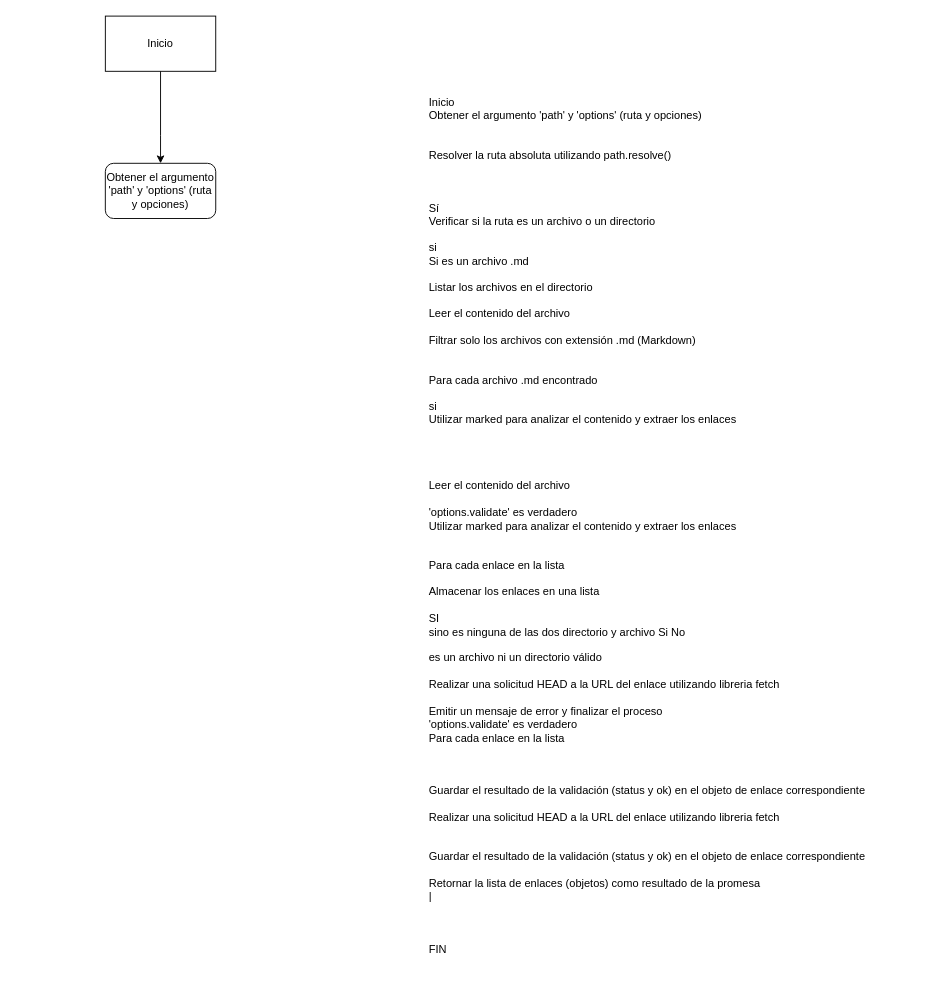
mariadanielaorregopotosi/DEV008-md-links keeps this draw.io diagram as Diagrama sin título.drawio. Above is the earlier version. Source tidied: cells renumbered, new cells numbered last; positions are measured from the earlier drawing's top-left corner, leaving out a move shared by most shapes. Both pictures are drawn from the tidied source at 92%, with x=0, y=0 at pixel (105, 16).
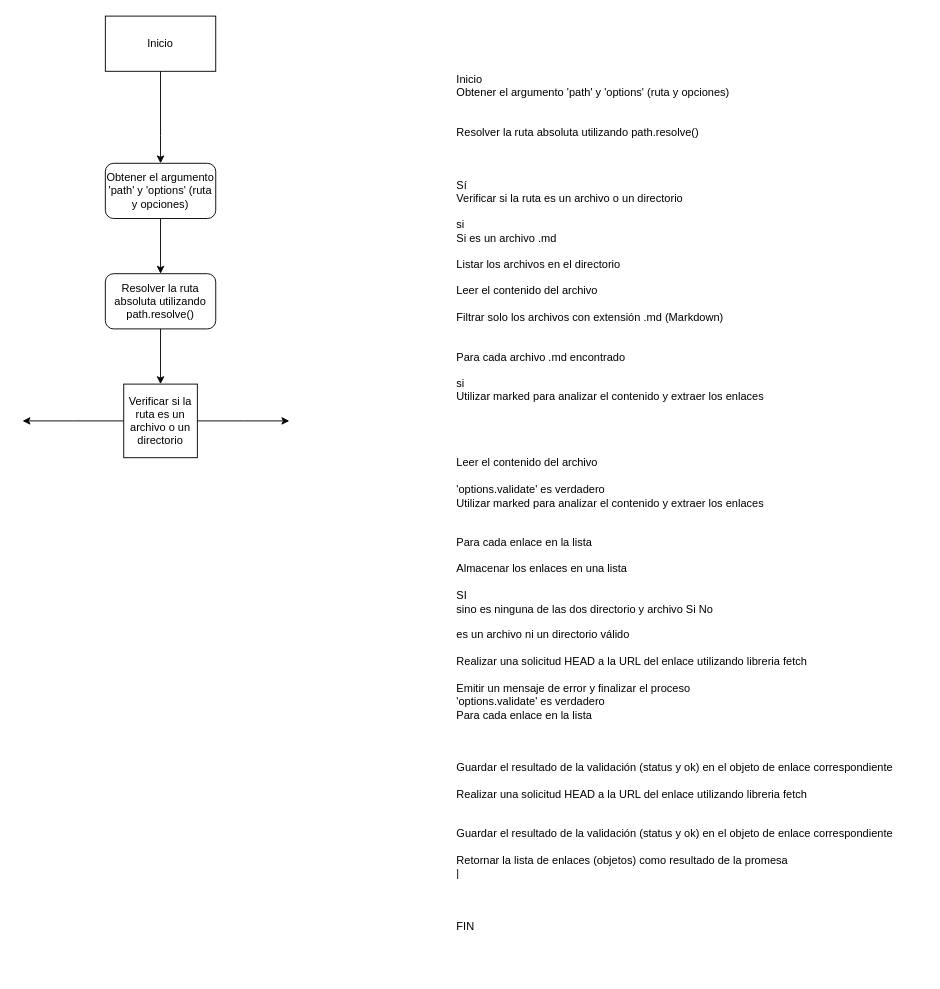
The same diagram, later.

Change to the diagram source:
```diff
@@
 <mxGraphModel>
   <root>
     <mxCell id="0" />
     <mxCell id="1" parent="0" />
     <mxCell id="2" value="Inicio&#10;Obtener el argumento 'path' y 'options' (ruta y opciones)&#10;&#10;&#10;Resolver la ruta absoluta utilizando path.resolve()&#10;&#10;&#10;&#10;Sí&#10;Verificar si la ruta es un archivo o un directorio&#10;&#10;si &#10;Si es un archivo .md&#10;&#10;Listar los archivos en el directorio&#10;&#10; Leer el contenido del archivo&#10;&#10;Filtrar solo los archivos con extensión .md (Markdown)&#10;&#10;&#10; Para cada archivo .md encontrado&#10;&#10;si&#10;Utilizar marked para analizar el contenido y extraer los enlaces&#10;&#10;&#10;&#10;&#10; Leer el contenido del archivo&#10;&#10;'options.validate' es verdadero&#10; Utilizar marked para analizar el contenido y extraer los enlaces&#10;&#10;&#10; Para cada enlace en la lista&#10;&#10; Almacenar los enlaces en una lista&#10;&#10;SI&#10;sino es ninguna de las dos directorio y archivo&#9;Si  No&#10;&#10; es un archivo ni un directorio válido&#10;&#10; Realizar una solicitud HEAD a la URL del enlace utilizando libreria fetch&#10;&#10; Emitir un mensaje de error y finalizar el proceso&#10; 'options.validate' es verdadero&#10;Para cada enlace en la lista&#10;&#10;&#10;&#10; Guardar el resultado de la validación (status y ok) en el objeto de enlace correspondiente&#10;&#10; Realizar una solicitud HEAD a la URL del enlace utilizando libreria fetch&#10;&#10;&#10;Guardar el resultado de la validación (status y ok) en el objeto de enlace correspondiente&#10;&#10;Retornar la lista de enlaces (objetos) como resultado de la promesa&#10;|&#10;&#10;&#10;&#10;FIN" style="text;whiteSpace=wrap;html=1;" parent="1" vertex="1">
-      <mxGeometry x="350" y="80" width="510" height="960" as="geometry" />
+      <mxGeometry x="380" y="55" width="510" height="960" as="geometry" />
     </mxCell>
     <mxCell id="3" value="Inicio" style="rounded=0;whiteSpace=wrap;html=1;" parent="1" vertex="1">
       <mxGeometry width="120" height="60" as="geometry" />
     </mxCell>
     <mxCell id="4" style="endArrow=classic;html=1;rounded=0;exitX=0.5;exitY=1;exitDx=0;exitDy=0;exitPerimeter=0;" parent="1" edge="1" source="3">
       <mxGeometry relative="1" as="geometry">
         <mxPoint x="60" y="160" as="targetPoint" />
         <Array as="points">
           <mxPoint x="60" y="130" />
         </Array>
       </mxGeometry>
     </mxCell>
     <mxCell id="5" value="Obtener el argumento 'path' y 'options' (ruta y opciones)" style="rounded=1;whiteSpace=wrap;html=1;" parent="1" vertex="1">
       <mxGeometry y="160" width="120" height="60" as="geometry" />
     </mxCell>
+    <mxCell id="6" style="endArrow=classic;html=1;rounded=0;exitX=0.5;exitY=1;exitDx=0;exitDy=0;" parent="1" edge="1" source="5">
+      <mxGeometry relative="1" as="geometry">
+        <mxPoint x="60" y="280" as="targetPoint" />
+      </mxGeometry>
+    </mxCell>
+    <mxCell id="7" style="edgeStyle=orthogonalEdgeStyle;rounded=0;jettySize=auto;html=1;exitX=0.5;exitY=1;exitDx=0;exitDy=0;" parent="1" edge="1" source="8" target="11">
+      <mxGeometry relative="1" as="geometry" />
+    </mxCell>
+    <mxCell id="8" value="Resolver la ruta absoluta utilizando path.resolve()" style="rounded=1;whiteSpace=wrap;html=1;" parent="1" vertex="1">
+      <mxGeometry y="280" width="120" height="60" as="geometry" />
+    </mxCell>
+    <mxCell id="9" style="edgeStyle=orthogonalEdgeStyle;rounded=0;jettySize=auto;html=1;exitX=0;exitY=0.5;exitDx=0;exitDy=0;" parent="1" edge="1" source="11">
+      <mxGeometry relative="1" as="geometry">
+        <mxPoint x="-90" y="440" as="targetPoint" />
+      </mxGeometry>
+    </mxCell>
+    <mxCell id="10" style="edgeStyle=orthogonalEdgeStyle;rounded=0;jettySize=auto;html=1;exitX=1;exitY=0.5;exitDx=0;exitDy=0;" parent="1" edge="1" source="11">
+      <mxGeometry relative="1" as="geometry">
+        <mxPoint x="200" y="440" as="targetPoint" />
+      </mxGeometry>
+    </mxCell>
+    <mxCell id="11" value="Verificar si la ruta es un archivo o un directorio" style="whiteSpace=wrap;html=1;" parent="1" vertex="1">
+      <mxGeometry x="20" y="400" width="80" height="80" as="geometry" />
+    </mxCell>
   </root>
 </mxGraphModel>
```
